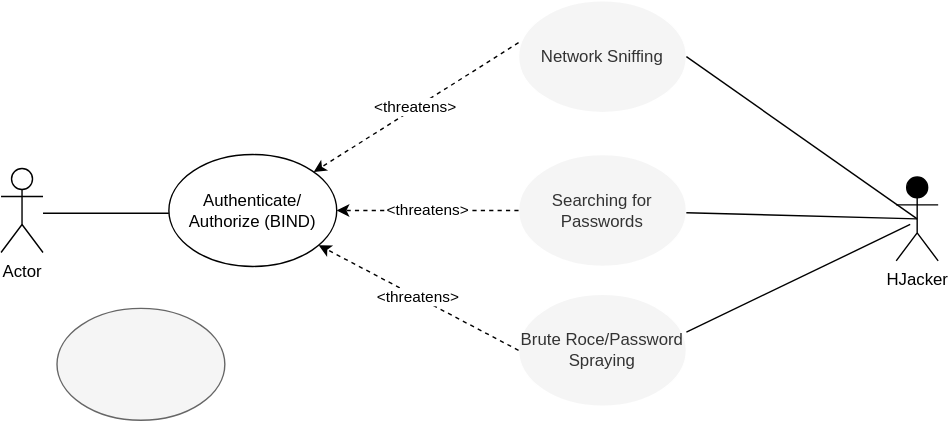
Above: images/Use-Misuse Case 1 -Bind.drawio.svg in bartelsjoshuac/SAPG (draw.io), before the change. Source tidied: cells renumbered, new cells last; positions are measured from the earlier drawing's top-left corner, leaving out a move shared by most shapes.
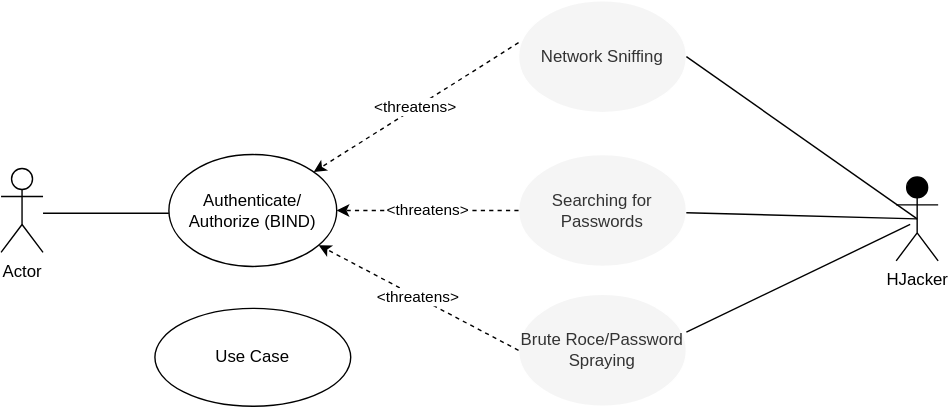
After the commit.

The edit, as a diff of the source:
```diff
@@ -50,8 +50,8 @@
         <mxPoint x="650" y="160" as="targetPoint" />
       </mxGeometry>
     </mxCell>
-    <mxCell id="16" style="ellipse;whiteSpace=wrap;html=1;fillColor=#f5f5f5;fontColor=#333333;strokeColor=#666666;" parent="1" vertex="1">
-      <mxGeometry x="40" y="220" width="120" height="80" as="geometry" />
-    </mxCell>
+    <mxCell id="17" value="Use Case" style="ellipse;whiteSpace=wrap;html=1;" parent="1" vertex="1">
+      <mxGeometry x="110" y="220" width="140" height="70" as="geometry" />
+    </mxCell>
   </root>
 </mxGraphModel>
```
